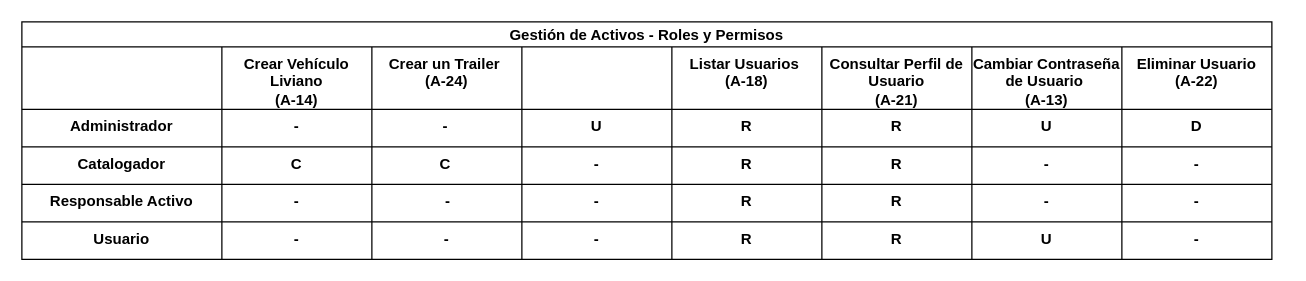
proyecto-oilstone/assets keeps this draw.io diagram as page "Gestión de Vehículos Livianos" (2 of 3) of _docs/matriz_roles_permisos.drawio. Above is the earlier version. Source tidied: cells renumbered, new cells numbered last; positions are measured from the earlier drawing's top-left corner, leaving out a move shared by most shapes. Both pictures are drawn from the tidied source at 125%, with x=0, y=0 at pixel (21, 21).
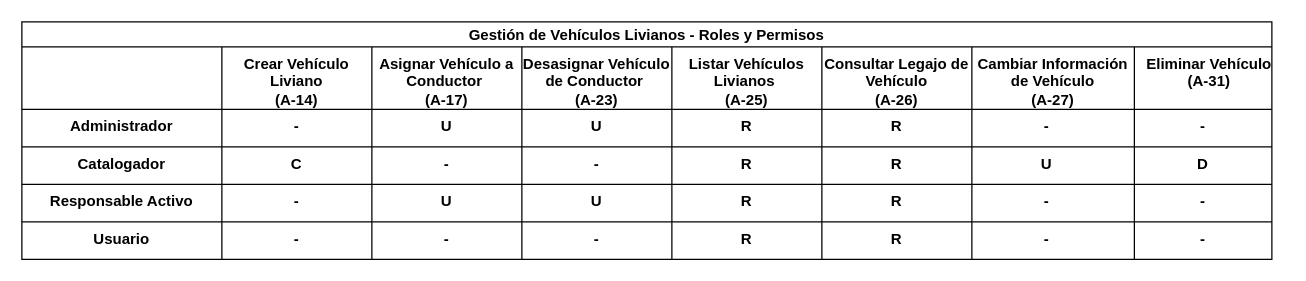
The same diagram, later.

Commit message (it also covers changes not shown here):
se actualizó Gestión de Vehículos Livianos

The change refers to these unchanged cells:
```xml
<mxCell id="3" style="shape=tableRow;horizontal=1;startSize=0;swimlaneHead=0;swimlaneBody=0;top=0;left=0;bottom=0;right=0;fillColor=none;fontStyle=1;whiteSpace=wrap;" parent="2" vertex="1">
  <mxGeometry y="20" width="1000" height="50" as="geometry" />
</mxCell>
<mxCell id="7" style="swimlane;swimlaneHead=0;swimlaneBody=0;fontStyle=0;fillColor=none;startSize=0;fontStyle=1;verticalAlign=top;whiteSpace=wrap;" parent="3" vertex="1">
  <mxGeometry x="400" width="120" height="50" as="geometry" />
</mxCell>
<mxCell id="12" style="shape=tableRow;horizontal=1;startSize=0;swimlaneHead=0;swimlaneBody=0;top=0;left=0;bottom=0;right=0;fillColor=none;fontStyle=1;whiteSpace=wrap;" parent="2" vertex="1">
  <mxGeometry y="70" width="1000" height="30" as="geometry" />
</mxCell>
<mxCell id="15" style="swimlane;swimlaneHead=0;swimlaneBody=0;fontStyle=0;fillColor=none;startSize=0;fontStyle=1;verticalAlign=top;" parent="12" vertex="1">
  <mxGeometry x="280" width="120" height="30" as="geometry" />
</mxCell>
<mxCell id="17" style="swimlane;swimlaneHead=0;swimlaneBody=0;fontStyle=0;fillColor=none;startSize=0;fontStyle=1;" parent="12" vertex="1">
  <mxGeometry x="520" width="120" height="30" as="geometry" />
</mxCell>
<mxCell id="19" style="swimlane;swimlaneHead=0;swimlaneBody=0;fontStyle=0;fillColor=none;startSize=0;fontStyle=1;" parent="12" vertex="1">
  <mxGeometry x="640" width="120" height="30" as="geometry" />
</mxCell>
<mxCell id="20" style="swimlane;swimlaneHead=0;swimlaneBody=0;fontStyle=0;fillColor=none;startSize=0;fontStyle=1;verticalAlign=top;whiteSpace=wrap;" parent="19" vertex="1">
  <mxGeometry y="-50" width="120" height="50" as="geometry" />
</mxCell>
<mxCell id="25" style="shape=tableRow;horizontal=1;startSize=0;swimlaneHead=0;swimlaneBody=0;top=0;left=0;bottom=0;right=0;fillColor=none;fontStyle=1;whiteSpace=wrap;" parent="2" vertex="1">
  <mxGeometry y="100" width="1000" height="30" as="geometry" />
</mxCell>
<mxCell id="28" style="swimlane;swimlaneHead=0;swimlaneBody=0;fontStyle=0;fillColor=none;startSize=0;fontStyle=1;" parent="25" vertex="1">
  <mxGeometry x="280" width="120" height="30" as="geometry" />
</mxCell>
<mxCell id="36" style="shape=tableRow;horizontal=1;startSize=0;swimlaneHead=0;swimlaneBody=0;top=0;left=0;bottom=0;right=0;fillColor=none;fontStyle=1;whiteSpace=wrap;" parent="2" vertex="1">
  <mxGeometry y="130" width="1000" height="30" as="geometry" />
</mxCell>
<mxCell id="39" style="swimlane;swimlaneHead=0;swimlaneBody=0;fontStyle=0;fillColor=none;startSize=0;fontStyle=1;" parent="36" vertex="1">
  <mxGeometry x="280" width="120" height="30" as="geometry" />
</mxCell>
<mxCell id="40" style="swimlane;swimlaneHead=0;swimlaneBody=0;fontStyle=0;fillColor=none;startSize=0;fontStyle=1;" parent="36" vertex="1">
  <mxGeometry x="400" width="120" height="30" as="geometry" />
</mxCell>
<mxCell id="42" style="swimlane;swimlaneHead=0;swimlaneBody=0;fontStyle=0;fillColor=none;startSize=0;fontStyle=1;" parent="36" vertex="1">
  <mxGeometry x="640" width="120" height="30" as="geometry" />
</mxCell>
<mxCell id="47" style="shape=tableRow;horizontal=1;startSize=0;swimlaneHead=0;swimlaneBody=0;top=0;left=0;bottom=0;right=0;fillColor=none;fontStyle=1;whiteSpace=wrap;" parent="2" vertex="1">
  <mxGeometry y="160" width="1000" height="30" as="geometry" />
</mxCell>
<mxCell id="52" style="swimlane;swimlaneHead=0;swimlaneBody=0;fontStyle=0;fillColor=none;startSize=0;fontStyle=1;" parent="47" vertex="1">
  <mxGeometry x="400" width="120" height="30" as="geometry" />
</mxCell>
<mxCell id="60" style="swimlane;swimlaneHead=0;swimlaneBody=0;fontStyle=0;fillColor=none;startSize=0;fontStyle=1;" parent="47" vertex="1">
  <mxGeometry x="640" width="120" height="30" as="geometry" />
</mxCell>
```

Change to the diagram source:
```diff
@@
-    <mxCell id="2" value="Gestión de Activos - Roles y Permisos" style="shape=table;childLayout=tableLayout;startSize=20;fontStyle=1;" parent="1" vertex="1">
+    <mxCell id="2" value="Gestión de Vehículos Livianos - Roles y Permisos" style="shape=table;childLayout=tableLayout;startSize=20;fontStyle=1;" parent="1" vertex="1">
       <mxGeometry width="1000" height="190" as="geometry" />
     </mxCell>
@@
-    <mxCell id="6" value="Crear un Trailer &#10;(A-24)" style="swimlane;swimlaneHead=0;swimlaneBody=0;fontStyle=0;fillColor=none;startSize=0;fontStyle=1;verticalAlign=top;whiteSpace=wrap;" parent="3" vertex="1">
+    <mxCell id="6" value="Asignar Vehículo a Conductor &#10;(A-17)" style="swimlane;swimlaneHead=0;swimlaneBody=0;fontStyle=0;fillColor=none;startSize=0;fontStyle=1;verticalAlign=top;whiteSpace=wrap;" parent="3" vertex="1">
       <mxGeometry x="280" width="120" height="50" as="geometry" />
     </mxCell>
@@
+    <mxCell id="80" value="Desasignar Vehículo de Conductor &#10;(A-23)" style="swimlane;swimlaneHead=0;swimlaneBody=0;fontStyle=0;fillColor=none;startSize=0;fontStyle=1;verticalAlign=top;whiteSpace=wrap;" parent="7" vertex="1">
+      <mxGeometry width="120" height="50" as="geometry" />
+    </mxCell>
@@
     <mxCell id="10" style="swimlane;swimlaneHead=0;swimlaneBody=0;fontStyle=0;fillColor=none;startSize=0;fontStyle=1;" parent="3" vertex="1">
-      <mxGeometry x="760" width="120" height="50" as="geometry" />
+      <mxGeometry x="760" width="130" height="50" as="geometry" />
     </mxCell>
     <mxCell id="11" style="swimlane;swimlaneHead=0;swimlaneBody=0;fontStyle=0;fillColor=none;startSize=0;fontStyle=1;" parent="3" vertex="1">
-      <mxGeometry x="880" width="120" height="50" as="geometry" />
+      <mxGeometry x="890" width="110" height="50" as="geometry" />
     </mxCell>
@@
+    <mxCell id="81" value="U" style="swimlane;swimlaneHead=0;swimlaneBody=0;fontStyle=0;fillColor=none;startSize=0;fontStyle=1;verticalAlign=top;" parent="15" vertex="1">
+      <mxGeometry width="120" height="30" as="geometry" />
+    </mxCell>
@@
-    <mxCell id="18" value="Listar Usuarios &#10;(A-18)" style="swimlane;swimlaneHead=0;swimlaneBody=0;fontStyle=0;fillColor=none;startSize=0;fontStyle=1;verticalAlign=top;whiteSpace=wrap;" parent="17" vertex="1">
+    <mxCell id="18" value="Listar Vehículos Livianos &#10;(A-25)" style="swimlane;swimlaneHead=0;swimlaneBody=0;fontStyle=0;fillColor=none;startSize=0;fontStyle=1;verticalAlign=top;whiteSpace=wrap;" parent="17" vertex="1">
       <mxGeometry y="-50" width="120" height="50" as="geometry" />
     </mxCell>
@@
-    <mxCell id="21" value="Cambiar Contraseña de Usuario &#10;(A-13)" style="swimlane;swimlaneHead=0;swimlaneBody=0;fontStyle=0;fillColor=none;startSize=0;fontStyle=1;verticalAlign=top;whiteSpace=wrap;" parent="20" vertex="1">
-      <mxGeometry x="120" width="120" height="50" as="geometry" />
+    <mxCell id="21" value="Cambiar Información de Vehículo&#10;(A-27)" style="swimlane;swimlaneHead=0;swimlaneBody=0;fontStyle=0;fillColor=none;startSize=0;fontStyle=1;verticalAlign=top;whiteSpace=wrap;strokeColor=none;" parent="20" vertex="1">
+      <mxGeometry x="120" width="130" height="50" as="geometry" />
     </mxCell>
-    <mxCell id="22" value="U" style="swimlane;swimlaneHead=0;swimlaneBody=0;fontStyle=0;fillColor=none;startSize=0;fontStyle=1;verticalAlign=top;" parent="19" vertex="1">
-      <mxGeometry x="120" width="120" height="30" as="geometry" />
-    </mxCell>
     <mxCell id="23" style="swimlane;swimlaneHead=0;swimlaneBody=0;fontStyle=0;fillColor=none;startSize=0;fontStyle=1;" parent="12" vertex="1">
-      <mxGeometry x="760" width="120" height="30" as="geometry" />
+      <mxGeometry x="760" width="130" height="30" as="geometry" />
     </mxCell>
+    <mxCell id="82" value="-" style="swimlane;swimlaneHead=0;swimlaneBody=0;fontStyle=0;fillColor=none;startSize=0;fontStyle=1;whiteSpace=wrap;verticalAlign=top;strokeColor=none;" parent="23" vertex="1">
+      <mxGeometry width="120" height="30" as="geometry" />
+    </mxCell>
     <mxCell id="24" style="swimlane;swimlaneHead=0;swimlaneBody=0;fontStyle=0;fillColor=none;startSize=0;fontStyle=1;" parent="12" vertex="1">
-      <mxGeometry x="880" width="120" height="30" as="geometry" />
+      <mxGeometry x="890" width="110" height="30" as="geometry" />
     </mxCell>
+    <mxCell id="66" value="-" style="swimlane;swimlaneHead=0;swimlaneBody=0;fontStyle=0;fillColor=none;startSize=0;fontStyle=1;whiteSpace=wrap;verticalAlign=top;strokeColor=none;" parent="24" vertex="1">
+      <mxGeometry width="110" height="30" as="geometry" />
+    </mxCell>
@@
+    <mxCell id="79" value="-" style="swimlane;swimlaneHead=0;swimlaneBody=0;fontStyle=0;fillColor=none;startSize=0;fontStyle=1;verticalAlign=top;" parent="28" vertex="1">
+      <mxGeometry width="120" height="30" as="geometry" />
+    </mxCell>
@@
     <mxCell id="34" style="swimlane;swimlaneHead=0;swimlaneBody=0;fontStyle=0;fillColor=none;startSize=0;fontStyle=1;" parent="25" vertex="1">
-      <mxGeometry x="760" width="120" height="30" as="geometry" />
+      <mxGeometry x="760" width="130" height="30" as="geometry" />
     </mxCell>
     <mxCell id="35" style="swimlane;swimlaneHead=0;swimlaneBody=0;fontStyle=0;fillColor=none;startSize=0;fontStyle=1;" parent="25" vertex="1">
-      <mxGeometry x="880" width="120" height="30" as="geometry" />
+      <mxGeometry x="890" width="110" height="30" as="geometry" />
     </mxCell>
+    <mxCell id="65" value="D" style="swimlane;swimlaneHead=0;swimlaneBody=0;fontStyle=0;fillColor=none;startSize=0;fontStyle=1;verticalAlign=top;strokeColor=none;" parent="35" vertex="1">
+      <mxGeometry width="110" height="30" as="geometry" />
+    </mxCell>
@@
+    <mxCell id="83" value="U" style="swimlane;swimlaneHead=0;swimlaneBody=0;fontStyle=0;fillColor=none;startSize=0;fontStyle=1;verticalAlign=top;" parent="39" vertex="1">
+      <mxGeometry width="120" height="30" as="geometry" />
+    </mxCell>
@@
+    <mxCell id="84" style="swimlane;swimlaneHead=0;swimlaneBody=0;fontStyle=0;fillColor=none;startSize=0;fontStyle=1;" parent="40" vertex="1">
+      <mxGeometry width="120" height="30" as="geometry" />
+    </mxCell>
+    <mxCell id="85" value="U" style="swimlane;swimlaneHead=0;swimlaneBody=0;fontStyle=0;fillColor=none;startSize=0;fontStyle=1;verticalAlign=top;strokeColor=none;" parent="84" vertex="1">
+      <mxGeometry width="120" height="30" as="geometry" />
+    </mxCell>
@@
-    <mxCell id="43" value="-" style="swimlane;swimlaneHead=0;swimlaneBody=0;fontStyle=0;fillColor=none;startSize=0;fontStyle=1;whiteSpace=wrap;verticalAlign=top;" parent="42" vertex="1">
-      <mxGeometry x="120" y="-30" width="120" height="30" as="geometry" />
-    </mxCell>
-    <mxCell id="44" value="-" style="swimlane;swimlaneHead=0;swimlaneBody=0;fontStyle=0;fillColor=none;startSize=0;fontStyle=1;verticalAlign=top;" parent="42" vertex="1">
+    <mxCell id="44" value="-" style="swimlane;swimlaneHead=0;swimlaneBody=0;fontStyle=0;fillColor=none;startSize=0;fontStyle=1;verticalAlign=top;strokeColor=none;" parent="42" vertex="1">
       <mxGeometry x="120" width="120" height="30" as="geometry" />
     </mxCell>
     <mxCell id="45" style="swimlane;swimlaneHead=0;swimlaneBody=0;fontStyle=0;fillColor=none;startSize=0;fontStyle=1;" parent="36" vertex="1">
-      <mxGeometry x="760" width="120" height="30" as="geometry" />
+      <mxGeometry x="760" width="130" height="30" as="geometry" />
     </mxCell>
     <mxCell id="46" style="swimlane;swimlaneHead=0;swimlaneBody=0;fontStyle=0;fillColor=none;startSize=0;fontStyle=1;" parent="36" vertex="1">
-      <mxGeometry x="880" width="120" height="30" as="geometry" />
+      <mxGeometry x="890" width="110" height="30" as="geometry" />
     </mxCell>
@@
-    <mxCell id="54" value="-" style="swimlane;swimlaneHead=0;swimlaneBody=0;fontStyle=0;fillColor=none;startSize=0;fontStyle=1;verticalAlign=top;" parent="52" vertex="1">
-      <mxGeometry y="-30" width="120" height="30" as="geometry" />
-    </mxCell>
@@
-    <mxCell id="61" value="U" style="swimlane;swimlaneHead=0;swimlaneBody=0;fontStyle=0;fillColor=none;startSize=0;fontStyle=1;verticalAlign=top;" parent="60" vertex="1">
-      <mxGeometry x="120" width="120" height="30" as="geometry" />
-    </mxCell>
     <mxCell id="62" style="swimlane;swimlaneHead=0;swimlaneBody=0;fontStyle=0;fillColor=none;startSize=0;fontStyle=1;" parent="47" vertex="1">
-      <mxGeometry x="760" width="120" height="30" as="geometry" />
+      <mxGeometry x="760" width="130" height="30" as="geometry" />
     </mxCell>
+    <mxCell id="86" value="-" style="swimlane;swimlaneHead=0;swimlaneBody=0;fontStyle=0;fillColor=none;startSize=0;fontStyle=1;verticalAlign=top;strokeColor=none;" parent="62" vertex="1">
+      <mxGeometry width="120" height="30" as="geometry" />
+    </mxCell>
     <mxCell id="63" style="swimlane;swimlaneHead=0;swimlaneBody=0;fontStyle=0;fillColor=none;startSize=0;fontStyle=1;" parent="47" vertex="1">
-      <mxGeometry x="880" width="120" height="30" as="geometry" />
+      <mxGeometry x="890" width="110" height="30" as="geometry" />
     </mxCell>
-    <mxCell id="64" value="Eliminar Usuario &#10;(A-22)" style="swimlane;swimlaneHead=0;swimlaneBody=0;fontStyle=0;fillColor=none;startSize=0;fontStyle=1;whiteSpace=wrap;verticalAlign=top;" parent="63" vertex="1">
+    <mxCell id="64" value="Eliminar Vehículo&#10;(A-31)" style="swimlane;swimlaneHead=0;swimlaneBody=0;fontStyle=0;fillColor=none;startSize=0;fontStyle=1;whiteSpace=wrap;verticalAlign=top;strokeColor=none;" parent="63" vertex="1">
       <mxGeometry y="-140" width="120" height="50" as="geometry" />
     </mxCell>
-    <mxCell id="65" value="D" style="swimlane;swimlaneHead=0;swimlaneBody=0;fontStyle=0;fillColor=none;startSize=0;fontStyle=1;verticalAlign=top;" parent="63" vertex="1">
-      <mxGeometry y="-90" width="120" height="30" as="geometry" />
-    </mxCell>
-    <mxCell id="66" value="-" style="swimlane;swimlaneHead=0;swimlaneBody=0;fontStyle=0;fillColor=none;startSize=0;fontStyle=1;whiteSpace=wrap;verticalAlign=top;" parent="63" vertex="1">
-      <mxGeometry y="-60" width="120" height="30" as="geometry" />
-    </mxCell>
-    <mxCell id="67" value="-" style="swimlane;swimlaneHead=0;swimlaneBody=0;fontStyle=0;fillColor=none;startSize=0;fontStyle=1;verticalAlign=top;" parent="63" vertex="1">
-      <mxGeometry y="-30" width="120" height="30" as="geometry" />
+    <mxCell id="67" value="-" style="swimlane;swimlaneHead=0;swimlaneBody=0;fontStyle=0;fillColor=none;startSize=0;fontStyle=1;verticalAlign=top;strokeColor=none;" parent="63" vertex="1">
+      <mxGeometry y="-30" width="110" height="30" as="geometry" />
     </mxCell>
-    <mxCell id="68" value="-" style="swimlane;swimlaneHead=0;swimlaneBody=0;fontStyle=0;fillColor=none;startSize=0;fontStyle=1;verticalAlign=top;" parent="63" vertex="1">
-      <mxGeometry width="120" height="30" as="geometry" />
+    <mxCell id="68" value="-" style="swimlane;swimlaneHead=0;swimlaneBody=0;fontStyle=0;fillColor=none;startSize=0;fontStyle=1;verticalAlign=top;strokeColor=none;" parent="63" vertex="1">
+      <mxGeometry width="110" height="30" as="geometry" />
     </mxCell>
-    <mxCell id="69" value="Consultar Perfil de Usuario&#10;(A-21)" style="swimlane;swimlaneHead=0;swimlaneBody=0;fontStyle=0;fillColor=none;startSize=0;fontStyle=1;verticalAlign=top;whiteSpace=wrap;" parent="1" vertex="1">
+    <mxCell id="69" value="Consultar Legajo de Vehículo&#10;(A-26)" style="swimlane;swimlaneHead=0;swimlaneBody=0;fontStyle=0;fillColor=none;startSize=0;fontStyle=1;verticalAlign=top;whiteSpace=wrap;" parent="1" vertex="1">
       <mxGeometry x="640" y="20" width="120" height="50" as="geometry" />
     </mxCell>
@@
-    <mxCell id="77" value="C" style="swimlane;swimlaneHead=0;swimlaneBody=0;fontStyle=0;fillColor=none;startSize=0;fontStyle=1;verticalAlign=top;" parent="1" vertex="1">
-      <mxGeometry x="279" y="100" width="120" height="30" as="geometry" />
-    </mxCell>
-    <mxCell id="78" value="-" style="swimlane;swimlaneHead=0;swimlaneBody=0;fontStyle=0;fillColor=none;startSize=0;fontStyle=1;verticalAlign=top;" parent="77" vertex="1">
-      <mxGeometry y="-30" width="120" height="30" as="geometry" />
-    </mxCell>
-    <mxCell id="79" value="-" style="swimlane;swimlaneHead=0;swimlaneBody=0;fontStyle=0;fillColor=none;startSize=0;fontStyle=1;verticalAlign=top;" parent="1" vertex="1">
-      <mxGeometry x="281" y="130" width="120" height="30" as="geometry" />
-    </mxCell>
+    <mxCell id="87" value="U" style="swimlane;swimlaneHead=0;swimlaneBody=0;fontStyle=0;fillColor=none;startSize=0;fontStyle=1;verticalAlign=top;strokeColor=none;" parent="1" vertex="1">
+      <mxGeometry x="760" y="100" width="120" height="30" as="geometry" />
+    </mxCell>
```
